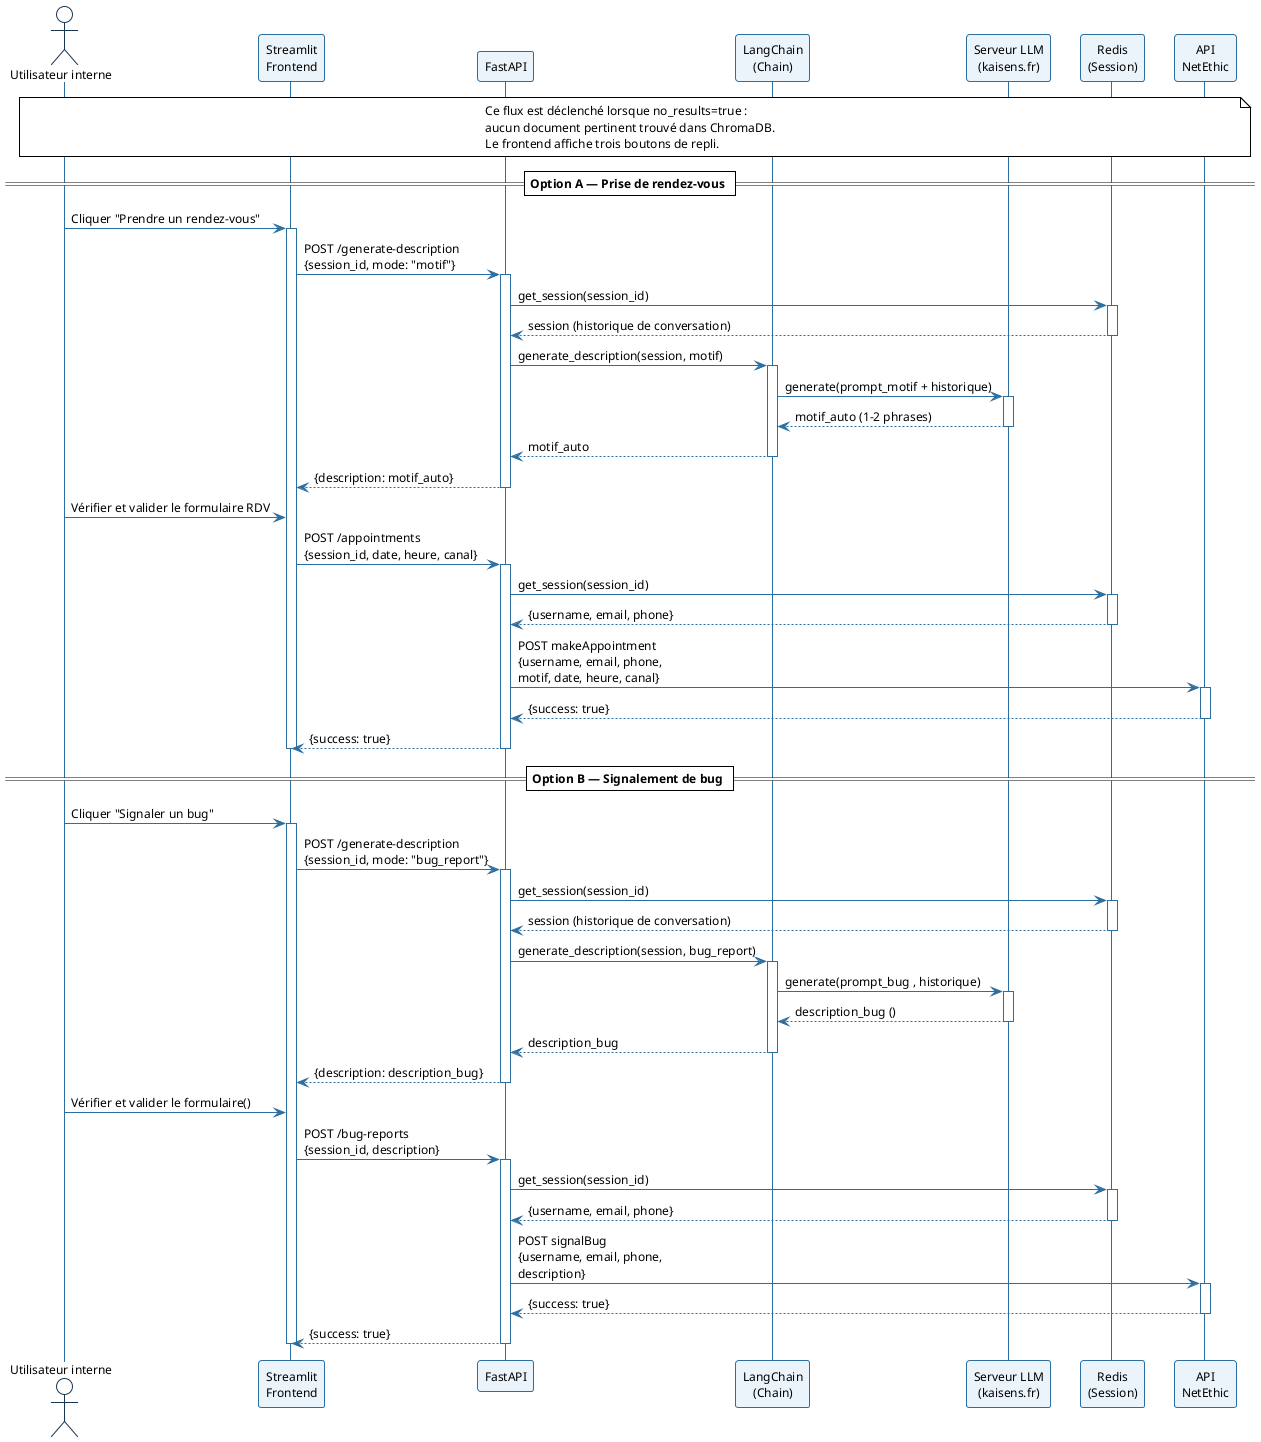
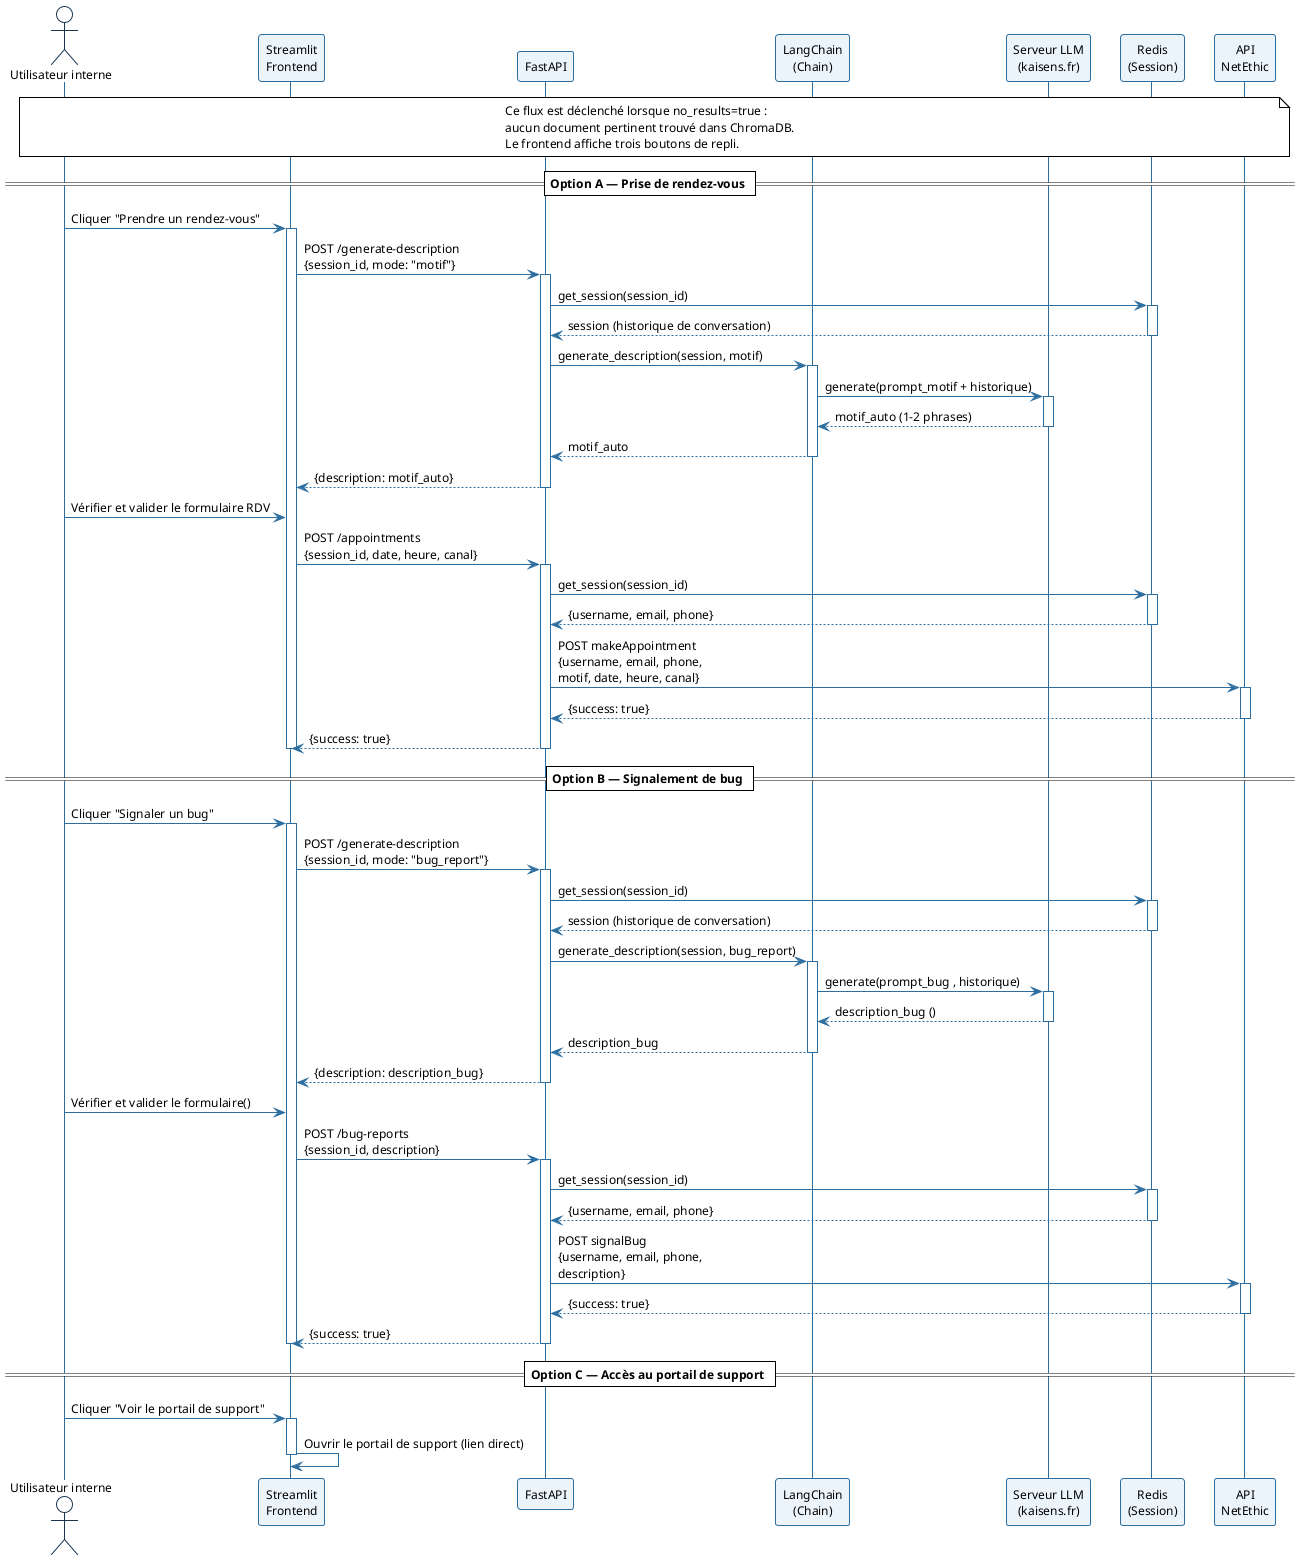
@startuml sequence_support_repli
!theme plain
skinparam sequenceArrowColor #2C6EA0
skinparam sequenceLifeLineBorderColor #2C6EA0
skinparam sequenceParticipantBorderColor #2C6EA0
skinparam sequenceParticipantBackgroundColor #EBF4FB
skinparam sequenceActorBorderColor #1A3550
skinparam sequenceGroupBorderColor #888888
skinparam defaultFontName Arial
skinparam defaultFontSize 12


actor "Utilisateur interne" as U
participant "Streamlit\nFrontend" as FE
participant "FastAPI" as API
participant "LangChain\n(Chain)" as LC
participant "Serveur LLM\n(kaisens.fr)" as LLM
participant "Redis\n(Session)" as Redis
participant "API\nNetEthic" as NetEthic

note over U, NetEthic
  Ce flux est déclenché lorsque no_results=true :
  aucun document pertinent trouvé dans ChromaDB.
  Le frontend affiche trois boutons de repli.
end note

== Option A — Prise de rendez-vous ==

U -> FE : Cliquer "Prendre un rendez-vous"
activate FE

FE -> API : POST /generate-description\n{session_id, mode: "motif"}
activate API

API -> Redis : get_session(session_id)
activate Redis
Redis --> API : session (historique de conversation)
deactivate Redis

API -> LC : generate_description(session, motif)
activate LC
LC -> LLM : generate(prompt_motif + historique)
activate LLM
LLM --> LC : motif_auto (1-2 phrases)
deactivate LLM
LC --> API : motif_auto
deactivate LC

API --> FE : {description: motif_auto}
deactivate API

U -> FE : Vérifier et valider le formulaire RDV

FE -> API : POST /appointments\n{session_id, date, heure, canal}
activate API

API -> Redis : get_session(session_id)
activate Redis
Redis --> API : {username, email, phone}
deactivate Redis

API -> NetEthic : POST makeAppointment\n{username, email, phone,\nmotif, date, heure, canal}
activate NetEthic
NetEthic --> API : {success: true}
deactivate NetEthic

API --> FE : {success: true}
deactivate API
deactivate FE

== Option B — Signalement de bug ==

U -> FE : Cliquer "Signaler un bug"
activate FE

FE -> API : POST /generate-description\n{session_id, mode: "bug_report"}
activate API

API -> Redis : get_session(session_id)
activate Redis
Redis --> API : session (historique de conversation)
deactivate Redis

API -> LC : generate_description(session, bug_report)
activate LC
LC -> LLM : generate(prompt_bug , historique)
activate LLM
LLM --> LC : description_bug ()
deactivate LLM
LC --> API : description_bug
deactivate LC

API --> FE : {description: description_bug}
deactivate API

U -> FE : Vérifier et valider le formulaire()

FE -> API : POST /bug-reports\n{session_id, description}
activate API

API -> Redis : get_session(session_id)
activate Redis
Redis --> API : {username, email, phone}
deactivate Redis

API -> NetEthic : POST signalBug\n{username, email, phone,\ndescription}
activate NetEthic
NetEthic --> API : {success: true}
deactivate NetEthic

API --> FE : {success: true}
deactivate API
deactivate FE

+ == Option C — Accès au portail de support ==
+ 
+ U -> FE : Cliquer "Voir le portail de support"
+ activate FE
+ FE -> FE : Ouvrir le portail de support (lien direct)
+ deactivate FE
+ 
@enduml
